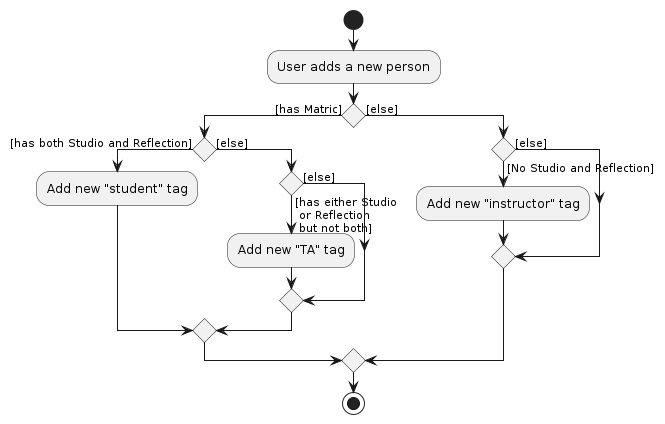
The PlantUML diagram diagrams/AutomaticTaggingActivityDiagram.png in AY2324S2-CS2103T-T10-1/tp, before a commit. Its source is kept beside it as diagrams/AutomaticTaggingActivityDiagram.puml. Its diagram source:
```plantuml
@startuml
start
:User adds a new person;

if () then ([has Matric])
  if () is ([has both Studio and Reflection]) then
    :Add new "student" tag;
  else ([else])
    if () is ([has either Studio \n or Reflection \n but not both]) then
      :Add new "TA" tag;
    else ([else])
    endif
  endif
else ([else])
  if () is ([No Studio and Reflection]) then
    :Add new "instructor" tag;
  else ([else])
  endif
endif
stop
@enduml
```
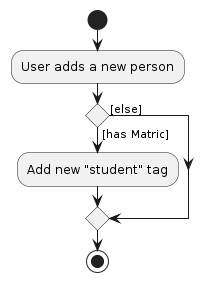
Later version of the same file.

Diff of the diagram source:
```diff
@@ -3,19 +3,8 @@
 :User adds a new person;
 
 if () then ([has Matric])
-  if () is ([has both Studio and Reflection]) then
     :Add new "student" tag;
-  else ([else])
-    if () is ([has either Studio \n or Reflection \n but not both]) then
-      :Add new "TA" tag;
-    else ([else])
-    endif
-  endif
 else ([else])
-  if () is ([No Studio and Reflection]) then
-    :Add new "instructor" tag;
-  else ([else])
-  endif
 endif
 stop
 @enduml
```
